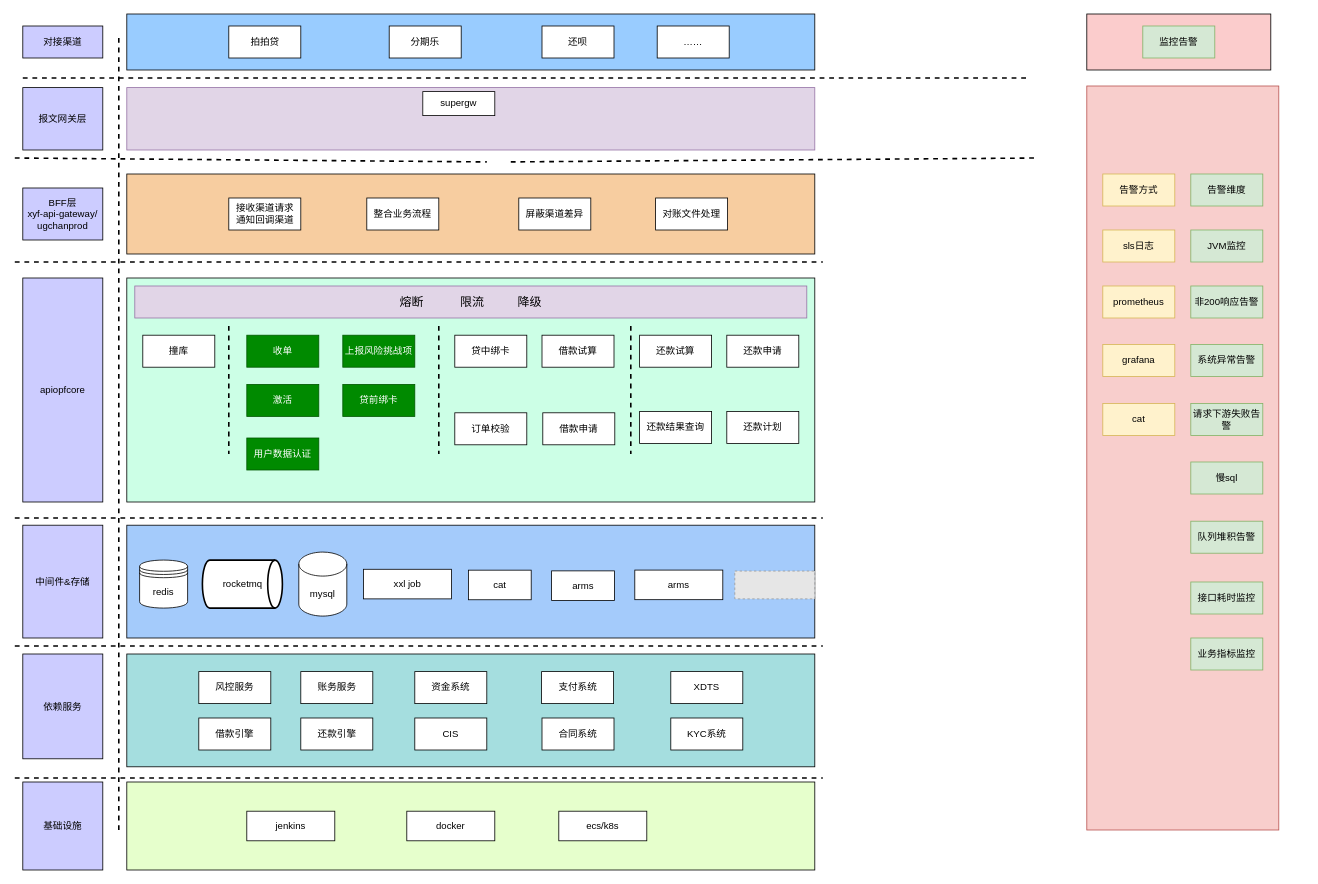
Above: api产品中心-系统架构图.drawio in yuanlj-tea/picgo (draw.io), before the change. Source tidied: cells renumbered, new cells numbered last; positions are measured from the earlier drawing's top-left corner, leaving out a move shared by most shapes. Both pictures are drawn from the tidied source at 80%, with x=0, y=0 at pixel (14, 14). Pictures stored in the file or linked from it are replaced by grey dashed boxes.
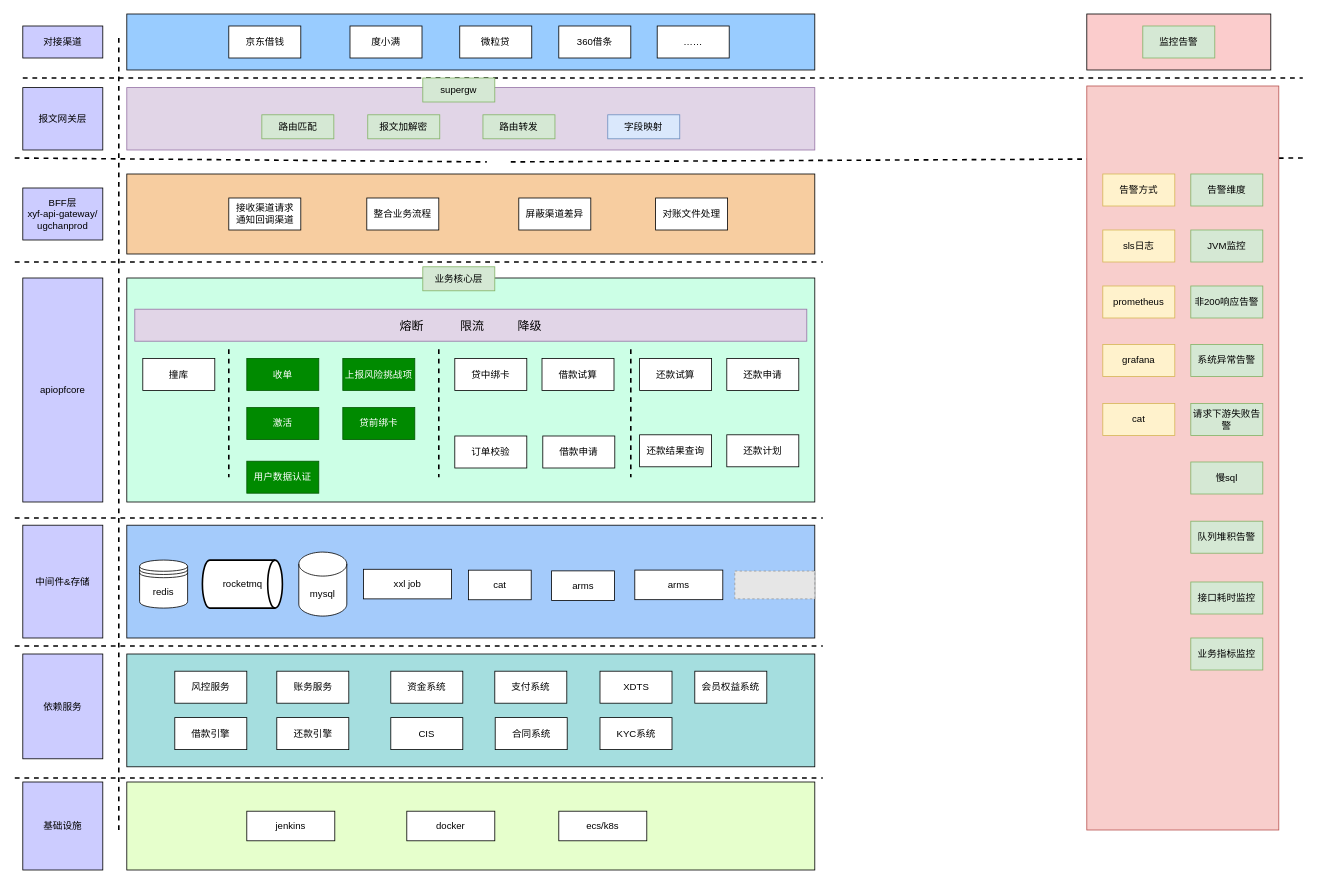
After the change.

Commit message (it also covers changes not shown here):
更新api产品中心-系统架构图.drawio

Diff of the diagram source:
```diff
@@
-    <mxCell id="4" value="拍拍贷" style="rounded=0;whiteSpace=wrap;html=1;" parent="1" vertex="1">
+    <mxCell id="4" value="京东借钱" style="rounded=0;whiteSpace=wrap;html=1;" parent="1" vertex="1">
       <mxGeometry x="267.5" y="15" width="90" height="40" as="geometry" />
     </mxCell>
-    <mxCell id="5" value="分期乐" style="rounded=0;whiteSpace=wrap;html=1;" parent="1" vertex="1">
-      <mxGeometry x="468" y="15" width="90" height="40" as="geometry" />
+    <mxCell id="5" value="度小满" style="rounded=0;whiteSpace=wrap;html=1;" parent="1" vertex="1">
+      <mxGeometry x="419" y="15" width="90" height="40" as="geometry" />
     </mxCell>
     <mxCell id="6" style="endArrow=none;dashed=1;html=1;rounded=0;strokeWidth=2;" parent="1" edge="1">
       <mxGeometry relative="1" as="geometry">
         <mxPoint x="620" y="184.9" as="sourcePoint" />
-        <mxPoint x="1280" y="180" as="targetPoint" />
+        <mxPoint x="1610" y="180" as="targetPoint" />
       </mxGeometry>
     </mxCell>
@@
     <mxCell id="16" value="收单" style="rounded=0;whiteSpace=wrap;html=1;fillColor=#008a00;strokeColor=#005700;fontColor=#ffffff;" parent="1" vertex="1">
-      <mxGeometry x="290" y="401.5" width="90" height="40" as="geometry" />
+      <mxGeometry x="290" y="430.5" width="90" height="40" as="geometry" />
     </mxCell>
     <mxCell id="17" value="上报风险挑战项" style="rounded=0;whiteSpace=wrap;html=1;fillColor=#008a00;strokeColor=#005700;fontColor=#ffffff;" parent="1" vertex="1">
-      <mxGeometry x="410" y="401.5" width="90" height="40" as="geometry" />
+      <mxGeometry x="410" y="430.5" width="90" height="40" as="geometry" />
     </mxCell>
     <mxCell id="18" value="激活" style="rounded=0;whiteSpace=wrap;html=1;fillColor=#008a00;strokeColor=#005700;fontColor=#ffffff;" parent="1" vertex="1">
-      <mxGeometry x="290" y="463" width="90" height="40" as="geometry" />
+      <mxGeometry x="290" y="492" width="90" height="40" as="geometry" />
     </mxCell>
     <mxCell id="19" value="贷前绑卡" style="rounded=0;whiteSpace=wrap;html=1;fillColor=#008a00;strokeColor=#005700;fontColor=#ffffff;" parent="1" vertex="1">
-      <mxGeometry x="410" y="463" width="90" height="40" as="geometry" />
+      <mxGeometry x="410" y="492" width="90" height="40" as="geometry" />
     </mxCell>
@@
     <mxCell id="39" value="贷中绑卡" style="rounded=0;whiteSpace=wrap;html=1;" parent="1" vertex="1">
-      <mxGeometry x="550" y="401.5" width="90" height="40" as="geometry" />
+      <mxGeometry x="550" y="430.5" width="90" height="40" as="geometry" />
     </mxCell>
@@
     <mxCell id="43" value="风控服务" style="rounded=0;whiteSpace=wrap;html=1;" parent="1" vertex="1">
-      <mxGeometry x="230" y="822" width="90" height="40" as="geometry" />
+      <mxGeometry x="200" y="821.5" width="90" height="40" as="geometry" />
     </mxCell>
     <mxCell id="44" value="资金系统" style="rounded=0;whiteSpace=wrap;html=1;" parent="1" vertex="1">
-      <mxGeometry x="500" y="822" width="90" height="40" as="geometry" />
+      <mxGeometry x="470" y="821.5" width="90" height="40" as="geometry" />
     </mxCell>
     <mxCell id="45" value="支付系统" style="rounded=0;whiteSpace=wrap;html=1;" parent="1" vertex="1">
-      <mxGeometry x="658.5" y="822" width="90" height="40" as="geometry" />
+      <mxGeometry x="600" y="821.5" width="90" height="40" as="geometry" />
     </mxCell>
     <mxCell id="46" value="XDTS" style="rounded=0;whiteSpace=wrap;html=1;" parent="1" vertex="1">
-      <mxGeometry x="820" y="822" width="90" height="40" as="geometry" />
+      <mxGeometry x="731.5" y="821.5" width="90" height="40" as="geometry" />
     </mxCell>
     <mxCell id="47" value="借款引擎" style="rounded=0;whiteSpace=wrap;html=1;" parent="1" vertex="1">
-      <mxGeometry x="230" y="880" width="90" height="40" as="geometry" />
+      <mxGeometry x="200" y="879.5" width="90" height="40" as="geometry" />
     </mxCell>
     <mxCell id="48" value="账务服务" style="rounded=0;whiteSpace=wrap;html=1;" parent="1" vertex="1">
-      <mxGeometry x="357.5" y="822" width="90" height="40" as="geometry" />
+      <mxGeometry x="327.5" y="821.5" width="90" height="40" as="geometry" />
     </mxCell>
     <mxCell id="49" value="还款引擎" style="rounded=0;whiteSpace=wrap;html=1;" parent="1" vertex="1">
-      <mxGeometry x="357.5" y="880" width="90" height="40" as="geometry" />
+      <mxGeometry x="327.5" y="879.5" width="90" height="40" as="geometry" />
     </mxCell>
@@
-    <mxCell id="55" value="还呗" style="rounded=0;whiteSpace=wrap;html=1;" parent="1" vertex="1">
-      <mxGeometry x="659" y="15" width="90" height="40" as="geometry" />
+    <mxCell id="55" value="微粒贷" style="rounded=0;whiteSpace=wrap;html=1;" parent="1" vertex="1">
+      <mxGeometry x="556.2" y="15" width="90" height="40" as="geometry" />
     </mxCell>
@@
     <mxCell id="63" value="CIS" style="rounded=0;whiteSpace=wrap;html=1;" parent="1" vertex="1">
-      <mxGeometry x="500" y="880" width="90" height="40" as="geometry" />
+      <mxGeometry x="470" y="879.5" width="90" height="40" as="geometry" />
     </mxCell>
     <mxCell id="64" value="合同系统" style="rounded=0;whiteSpace=wrap;html=1;" parent="1" vertex="1">
-      <mxGeometry x="659" y="880" width="90" height="40" as="geometry" />
+      <mxGeometry x="600.5" y="879.5" width="90" height="40" as="geometry" />
     </mxCell>
     <mxCell id="65" value="KYC系统" style="rounded=0;whiteSpace=wrap;html=1;" parent="1" vertex="1">
-      <mxGeometry x="820" y="880" width="90" height="40" as="geometry" />
+      <mxGeometry x="731.5" y="879.5" width="90" height="40" as="geometry" />
     </mxCell>
     <mxCell id="66" value="订单校验" style="rounded=0;whiteSpace=wrap;html=1;" parent="1" vertex="1">
-      <mxGeometry x="550" y="498.5" width="90" height="40" as="geometry" />
+      <mxGeometry x="550" y="527.5" width="90" height="40" as="geometry" />
     </mxCell>
     <mxCell id="67" value="借款试算" style="rounded=0;whiteSpace=wrap;html=1;" parent="1" vertex="1">
-      <mxGeometry x="659" y="401.5" width="90" height="40" as="geometry" />
+      <mxGeometry x="659" y="430.5" width="90" height="40" as="geometry" />
     </mxCell>
     <mxCell id="68" value="还款申请" style="rounded=0;whiteSpace=wrap;html=1;" parent="1" vertex="1">
-      <mxGeometry x="890" y="401.5" width="90" height="40" as="geometry" />
+      <mxGeometry x="890" y="430.5" width="90" height="40" as="geometry" />
     </mxCell>
     <mxCell id="69" value="还款计划" style="rounded=0;whiteSpace=wrap;html=1;" parent="1" vertex="1">
-      <mxGeometry x="890" y="497" width="90" height="40" as="geometry" />
+      <mxGeometry x="890" y="526" width="90" height="40" as="geometry" />
     </mxCell>
     <mxCell id="70" value="撞库" style="rounded=0;whiteSpace=wrap;html=1;" parent="1" vertex="1">
-      <mxGeometry x="160" y="401.5" width="90" height="40" as="geometry" />
+      <mxGeometry x="160" y="430.5" width="90" height="40" as="geometry" />
     </mxCell>
     <mxCell id="71" value="借款申请" style="rounded=0;whiteSpace=wrap;html=1;" parent="1" vertex="1">
-      <mxGeometry x="660" y="498.5" width="90" height="40" as="geometry" />
+      <mxGeometry x="660" y="527.5" width="90" height="40" as="geometry" />
     </mxCell>
     <mxCell id="72" value="还款试算" style="rounded=0;whiteSpace=wrap;html=1;" parent="1" vertex="1">
-      <mxGeometry x="781" y="401.5" width="90" height="40" as="geometry" />
+      <mxGeometry x="781" y="430.5" width="90" height="40" as="geometry" />
     </mxCell>
     <mxCell id="73" style="endArrow=none;dashed=1;html=1;rounded=0;strokeWidth=2;" parent="1" edge="1">
       <mxGeometry relative="1" as="geometry">
-        <mxPoint x="267.5" y="390" as="sourcePoint" />
-        <mxPoint x="267.5" y="550" as="targetPoint" />
+        <mxPoint x="267.5" y="419" as="sourcePoint" />
+        <mxPoint x="267.5" y="579" as="targetPoint" />
       </mxGeometry>
     </mxCell>
     <mxCell id="74" style="endArrow=none;dashed=1;html=1;rounded=0;strokeWidth=2;" parent="1" edge="1">
       <mxGeometry relative="1" as="geometry">
-        <mxPoint x="530" y="390" as="sourcePoint" />
-        <mxPoint x="530" y="550" as="targetPoint" />
+        <mxPoint x="530" y="419" as="sourcePoint" />
+        <mxPoint x="530" y="579" as="targetPoint" />
       </mxGeometry>
     </mxCell>
     <mxCell id="75" style="endArrow=none;dashed=1;html=1;rounded=0;strokeWidth=2;" parent="1" edge="1">
       <mxGeometry relative="1" as="geometry">
-        <mxPoint x="770" y="390" as="sourcePoint" />
-        <mxPoint x="770" y="550" as="targetPoint" />
+        <mxPoint x="770" y="419" as="sourcePoint" />
+        <mxPoint x="770" y="579" as="targetPoint" />
       </mxGeometry>
     </mxCell>
@@
     <mxCell id="78" style="endArrow=none;dashed=1;html=1;rounded=0;strokeWidth=2;" parent="1" edge="1">
       <mxGeometry relative="1" as="geometry">
         <mxPoint x="10" y="80" as="sourcePoint" />
-        <mxPoint x="1270" y="80" as="targetPoint" />
+        <mxPoint x="1610" y="80" as="targetPoint" />
       </mxGeometry>
     </mxCell>
@@
-    <mxCell id="81" value="supergw" style="rounded=0;whiteSpace=wrap;html=1;" parent="1" vertex="1">
-      <mxGeometry x="510" y="97" width="90" height="30" as="geometry" />
+    <mxCell id="81" value="supergw" style="rounded=0;whiteSpace=wrap;html=1;fillColor=#d5e8d4;strokeColor=#82b366;" parent="1" vertex="1">
+      <mxGeometry x="510" y="80" width="90" height="30" as="geometry" />
     </mxCell>
     <mxCell id="82" value="还款结果查询" style="rounded=0;whiteSpace=wrap;html=1;" parent="1" vertex="1">
-      <mxGeometry x="781" y="497" width="90" height="40" as="geometry" />
+      <mxGeometry x="781" y="526" width="90" height="40" as="geometry" />
     </mxCell>
     <mxCell id="83" value="熔断&amp;nbsp; &amp;nbsp; &amp;nbsp; &amp;nbsp; &amp;nbsp; &amp;nbsp;限流&amp;nbsp; &amp;nbsp; &amp;nbsp; &amp;nbsp; &amp;nbsp; 降级" style="rounded=0;whiteSpace=wrap;html=1;fillColor=#e1d5e7;strokeColor=#9673a6;fontSize=15;" parent="1" vertex="1">
-      <mxGeometry x="150" y="340" width="840" height="40" as="geometry" />
+      <mxGeometry x="150" y="369" width="840" height="40" as="geometry" />
     </mxCell>
     <mxCell id="84" value="用户数据认证" style="rounded=0;whiteSpace=wrap;html=1;fillColor=#008a00;strokeColor=#005700;fontColor=#ffffff;" parent="1" vertex="1">
-      <mxGeometry x="290" y="530" width="90" height="40" as="geometry" />
+      <mxGeometry x="290" y="559" width="90" height="40" as="geometry" />
     </mxCell>
@@
+    <mxCell id="89" value="路由匹配" style="rounded=0;whiteSpace=wrap;html=1;fillColor=#d5e8d4;strokeColor=#82b366;" parent="1" vertex="1">
+      <mxGeometry x="308.8" y="126" width="90" height="30" as="geometry" />
+    </mxCell>
+    <mxCell id="90" value="报文加解密" style="rounded=0;whiteSpace=wrap;html=1;fillColor=#d5e8d4;strokeColor=#82b366;" parent="1" vertex="1">
+      <mxGeometry x="441.2" y="126" width="90" height="30" as="geometry" />
+    </mxCell>
+    <mxCell id="91" value="路由转发" style="rounded=0;whiteSpace=wrap;html=1;fillColor=#d5e8d4;strokeColor=#82b366;" parent="1" vertex="1">
+      <mxGeometry x="585.2" y="126" width="90" height="30" as="geometry" />
+    </mxCell>
+    <mxCell id="92" value="字段映射" style="rounded=0;whiteSpace=wrap;html=1;fillColor=#dae8fc;strokeColor=#6c8ebf;" parent="1" vertex="1">
+      <mxGeometry x="741.2" y="126" width="90" height="30" as="geometry" />
+    </mxCell>
+    <mxCell id="93" value="360借条" style="rounded=0;whiteSpace=wrap;html=1;" parent="1" vertex="1">
+      <mxGeometry x="680" y="15" width="90" height="40" as="geometry" />
+    </mxCell>
+    <mxCell id="94" value="会员权益系统" style="rounded=0;whiteSpace=wrap;html=1;" parent="1" vertex="1">
+      <mxGeometry x="850" y="821.5" width="90" height="40" as="geometry" />
+    </mxCell>
+    <mxCell id="95" value="业务核心层" style="rounded=0;whiteSpace=wrap;html=1;fillColor=#d5e8d4;strokeColor=#82b366;" parent="1" vertex="1">
+      <mxGeometry x="510" y="316" width="90" height="30" as="geometry" />
+    </mxCell>
```
